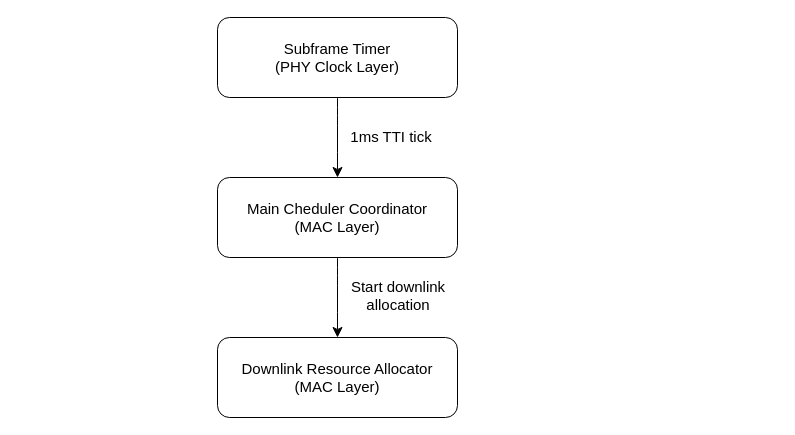
The draw.io diagram OAI-Flow.drawio in Graduation-Project-VHT/Diagrams, before the edit. Source tidied: cells renumbered, new cells numbered last; positions are measured from the earlier drawing's top-left corner, leaving out a move shared by most shapes. Both pictures are drawn from the tidied source at 100%, with x=0, y=0 at pixel (217, 17).
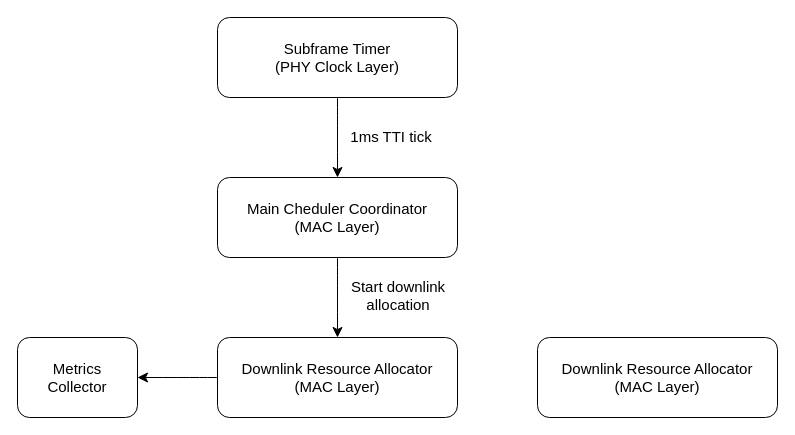
Above is the later version.

What changed in the source:
```diff
@@
 <mxGraphModel>
   <root>
     <mxCell id="0" />
     <mxCell id="1" parent="0" />
     <mxCell id="2" style="edgeStyle=none;curved=1;rounded=0;jettySize=auto;html=1;fontSize=12;startSize=8;endSize=8;" parent="1" edge="1" source="3" target="5">
       <mxGeometry relative="1" as="geometry" />
     </mxCell>
     <mxCell id="3" value="Subframe Timer&lt;div&gt;(PHY Clock Layer)&lt;/div&gt;" style="rounded=1;whiteSpace=wrap;html=1;fontSize=15;" parent="1" vertex="1">
       <mxGeometry width="240" height="80" as="geometry" />
     </mxCell>
     <mxCell id="4" style="edgeStyle=none;curved=1;rounded=0;jettySize=auto;html=1;fontSize=12;startSize=8;endSize=8;" parent="1" edge="1" source="5" target="7">
       <mxGeometry relative="1" as="geometry" />
     </mxCell>
     <mxCell id="5" value="Main Cheduler Coordinator&lt;div&gt;(MAC Layer)&lt;/div&gt;" style="rounded=1;whiteSpace=wrap;html=1;fontSize=15;" parent="1" vertex="1">
       <mxGeometry y="160" width="240" height="80" as="geometry" />
     </mxCell>
     <mxCell id="6" value="1ms TTI tick" style="text;html=1;whiteSpace=wrap;strokeColor=none;fillColor=none;align=center;verticalAlign=middle;rounded=0;fontSize=15;" parent="1" vertex="1">
       <mxGeometry x="114" y="104" width="120" height="30" as="geometry" />
     </mxCell>
+    <mxCell id="9" style="edgeStyle=none;curved=1;rounded=0;jettySize=auto;html=1;fontSize=12;startSize=8;endSize=8;" parent="1" edge="1" source="7" target="10">
+      <mxGeometry relative="1" as="geometry" />
+    </mxCell>
     <mxCell id="7" value="Downlink Resource Allocator&lt;br&gt;(MAC Layer)" style="rounded=1;whiteSpace=wrap;html=1;fontSize=15;" parent="1" vertex="1">
       <mxGeometry y="320" width="240" height="80" as="geometry" />
     </mxCell>
     <mxCell id="8" value="Start downlink allocation" style="text;html=1;whiteSpace=wrap;strokeColor=none;fillColor=none;align=center;verticalAlign=middle;rounded=0;fontSize=15;" parent="1" vertex="1">
       <mxGeometry x="121" y="263" width="120" height="30" as="geometry" />
     </mxCell>
+    <mxCell id="10" value="Metrics&lt;div&gt;Collector&lt;/div&gt;" style="rounded=1;whiteSpace=wrap;html=1;fontSize=15;" parent="1" vertex="1">
+      <mxGeometry x="-200" y="320" width="120" height="80" as="geometry" />
+    </mxCell>
+    <mxCell id="11" value="Downlink Resource Allocator&lt;br&gt;(MAC Layer)" style="rounded=1;whiteSpace=wrap;html=1;fontSize=15;" parent="1" vertex="1">
+      <mxGeometry x="320" y="320" width="240" height="80" as="geometry" />
+    </mxCell>
   </root>
 </mxGraphModel>
```
